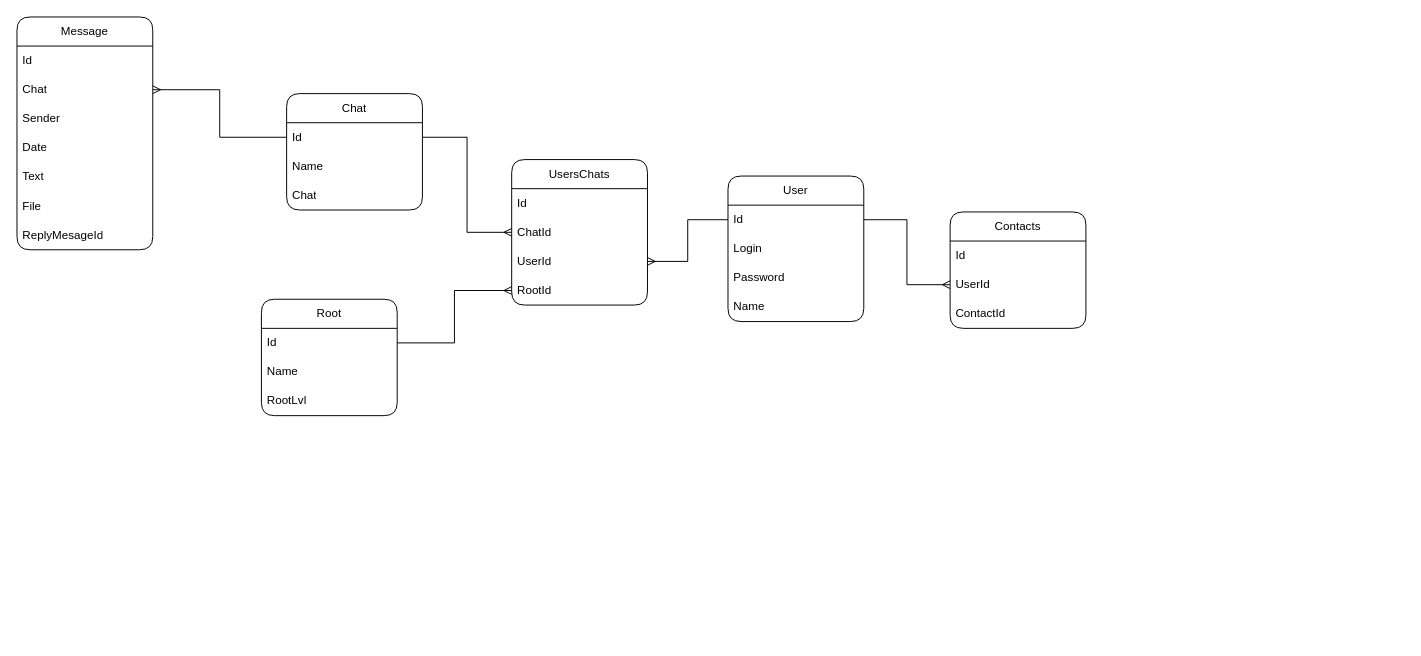
Kockstick/Whisperer keeps this draw.io diagram as page "ERD" (1 of 4) of Dociments/Diagrams.drawio. Above is the earlier version. Source tidied: cells renumbered, new cells numbered last; positions are measured from the earlier drawing's top-left corner, leaving out a move shared by most shapes. Both pictures are drawn from the tidied source at 97%, with x=0, y=0 at pixel (16, 16).
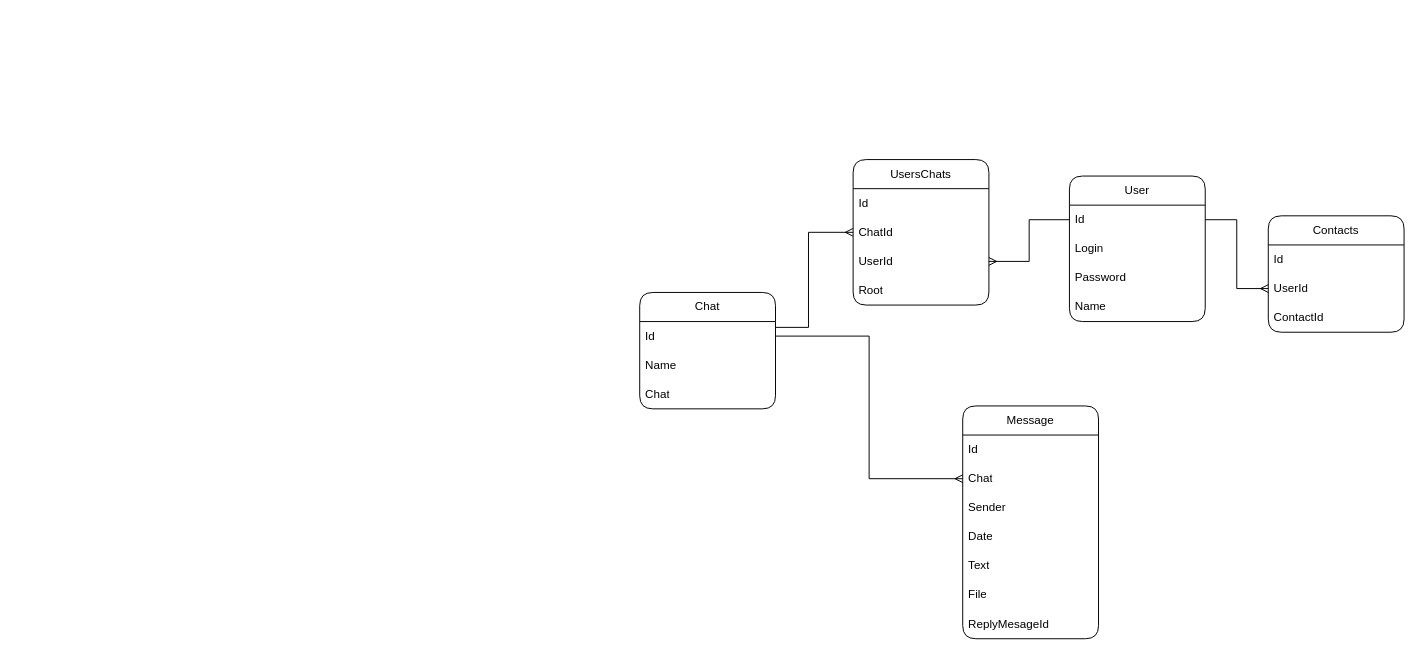
The same page after the edit.

Unchanged cells that the change refers to:
```xml
<mxCell id="11" value="Id" style="text;strokeColor=none;fillColor=none;align=left;verticalAlign=middle;spacingLeft=4;spacingRight=4;overflow=hidden;points=[[0,0.5],[1,0.5]];portConstraint=eastwest;whiteSpace=wrap;html=1;" parent="10" vertex="1">
  <mxGeometry y="30" width="140" height="30" as="geometry" />
</mxCell>
<mxCell id="16" value="ChatId" style="text;strokeColor=none;fillColor=none;align=left;verticalAlign=middle;spacingLeft=4;spacingRight=4;overflow=hidden;points=[[0,0.5],[1,0.5]];portConstraint=eastwest;whiteSpace=wrap;html=1;" parent="14" vertex="1">
  <mxGeometry y="60" width="140" height="30" as="geometry" />
</mxCell>
```

What changed in the source:
```diff
@@
     <mxCell id="2" value="Message" style="swimlane;fontStyle=0;horizontal=1;startSize=30;whiteSpace=wrap;html=1;rounded=1;" parent="1" vertex="1">
-      <mxGeometry width="140" height="240" as="geometry" />
+      <mxGeometry x="975" y="401" width="140" height="240" as="geometry" />
     </mxCell>
@@
     <mxCell id="10" value="Chat" style="swimlane;fontStyle=0;horizontal=1;startSize=30;whiteSpace=wrap;html=1;rounded=1;" parent="1" vertex="1">
-      <mxGeometry x="278" y="79" width="140" height="120" as="geometry" />
+      <mxGeometry x="642" y="284" width="140" height="120" as="geometry" />
     </mxCell>
@@
     <mxCell id="14" value="UsersChats" style="swimlane;fontStyle=0;horizontal=1;startSize=30;whiteSpace=wrap;html=1;rounded=1;" parent="1" vertex="1">
-      <mxGeometry x="510" y="147" width="140" height="150" as="geometry" />
+      <mxGeometry x="862" y="147" width="140" height="150" as="geometry" />
     </mxCell>
@@
-    <mxCell id="18" value="RootId" style="text;strokeColor=none;fillColor=none;align=left;verticalAlign=middle;spacingLeft=4;spacingRight=4;overflow=hidden;points=[[0,0.5],[1,0.5]];portConstraint=eastwest;whiteSpace=wrap;html=1;" parent="14" vertex="1">
+    <mxCell id="18" value="Root" style="text;strokeColor=none;fillColor=none;align=left;verticalAlign=middle;spacingLeft=4;spacingRight=4;overflow=hidden;points=[[0,0.5],[1,0.5]];portConstraint=eastwest;whiteSpace=wrap;html=1;" parent="14" vertex="1">
       <mxGeometry y="120" width="140" height="30" as="geometry" />
     </mxCell>
-    <mxCell id="19" value="Root" style="swimlane;fontStyle=0;horizontal=1;startSize=30;whiteSpace=wrap;html=1;rounded=1;" parent="1" vertex="1">
-      <mxGeometry x="252" y="291" width="140" height="120" as="geometry" />
-    </mxCell>
-    <mxCell id="20" value="Id" style="text;strokeColor=none;fillColor=none;align=left;verticalAlign=middle;spacingLeft=4;spacingRight=4;overflow=hidden;points=[[0,0.5],[1,0.5]];portConstraint=eastwest;whiteSpace=wrap;html=1;" parent="19" vertex="1">
-      <mxGeometry y="30" width="140" height="30" as="geometry" />
-    </mxCell>
-    <mxCell id="21" value="Name" style="text;strokeColor=none;fillColor=none;align=left;verticalAlign=middle;spacingLeft=4;spacingRight=4;overflow=hidden;whiteSpace=wrap;html=1;" parent="19" vertex="1">
-      <mxGeometry y="60" width="140" height="30" as="geometry" />
-    </mxCell>
-    <mxCell id="22" value="RootLvl" style="text;strokeColor=none;fillColor=none;align=left;verticalAlign=middle;spacingLeft=4;spacingRight=4;overflow=hidden;whiteSpace=wrap;html=1;" parent="19" vertex="1">
-      <mxGeometry y="90" width="140" height="30" as="geometry" />
-    </mxCell>
     <mxCell id="23" value="User" style="swimlane;fontStyle=0;horizontal=1;startSize=30;whiteSpace=wrap;html=1;rounded=1;" parent="1" vertex="1">
-      <mxGeometry x="733" y="164" width="140" height="150" as="geometry" />
+      <mxGeometry x="1085" y="164" width="140" height="150" as="geometry" />
     </mxCell>
@@
     <mxCell id="29" style="edgeStyle=orthogonalEdgeStyle;rounded=0;jettySize=auto;html=1;endArrow=ERmany;endFill=0;" parent="1" edge="1" source="11" target="16">
-      <mxGeometry relative="1" as="geometry" />
+      <mxGeometry relative="1" as="geometry">
+        <Array as="points">
+          <mxPoint x="816" y="320" />
+          <mxPoint x="816" y="222" />
+        </Array>
+      </mxGeometry>
     </mxCell>
-    <mxCell id="30" style="edgeStyle=orthogonalEdgeStyle;rounded=0;jettySize=auto;html=1;endArrow=ERmany;endFill=0;" parent="1" edge="1" source="20" target="18">
-      <mxGeometry relative="1" as="geometry" />
-    </mxCell>
@@
     <mxCell id="32" value="Contacts" style="swimlane;fontStyle=0;horizontal=1;startSize=30;whiteSpace=wrap;html=1;rounded=1;" parent="1" vertex="1">
-      <mxGeometry x="962" y="201" width="140" height="120" as="geometry" />
+      <mxGeometry x="1290" y="205" width="140" height="120" as="geometry" />
     </mxCell>
```
